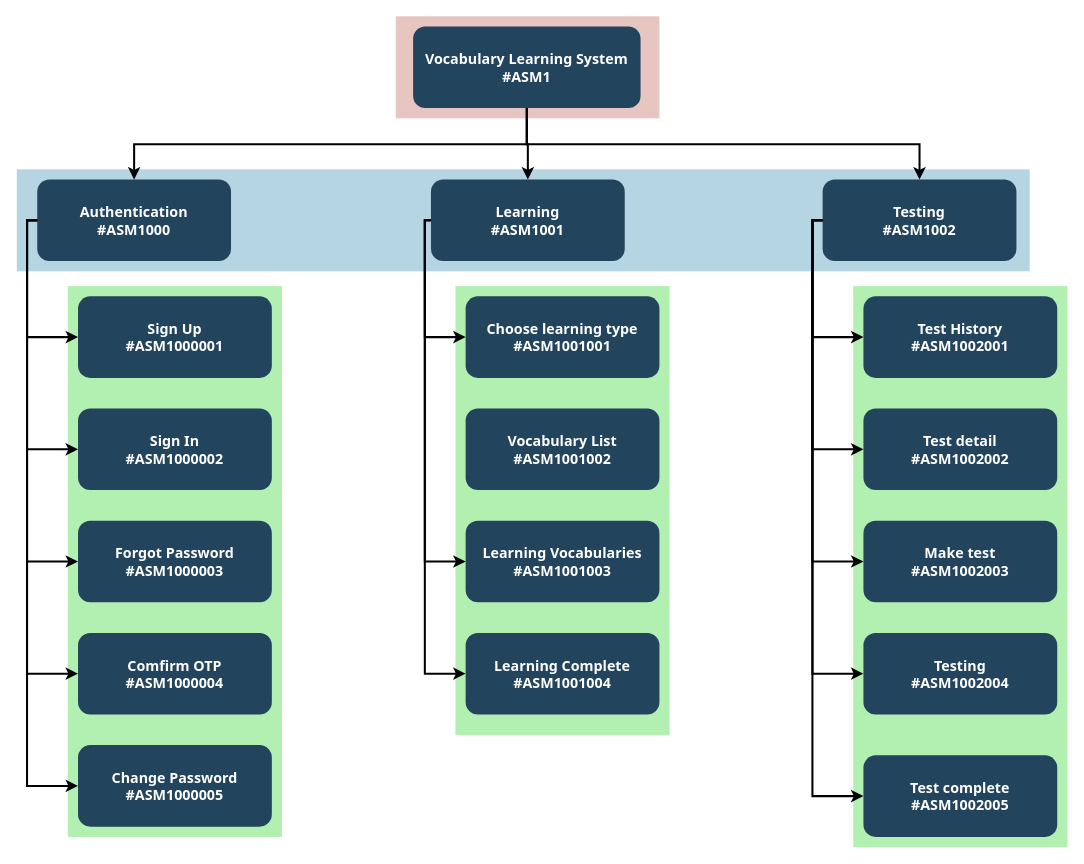
Before: HCI/Assignement1/SiteMap/SiteMap.drawio in nghipq/Group5, a draw.io diagram. Source tidied: cells renumbered, new cells numbered last; positions are measured from the earlier drawing's top-left corner, leaving out a move shared by most shapes. Both pictures are drawn from the tidied source at 102%, with x=0, y=0 at pixel (-65, 16).
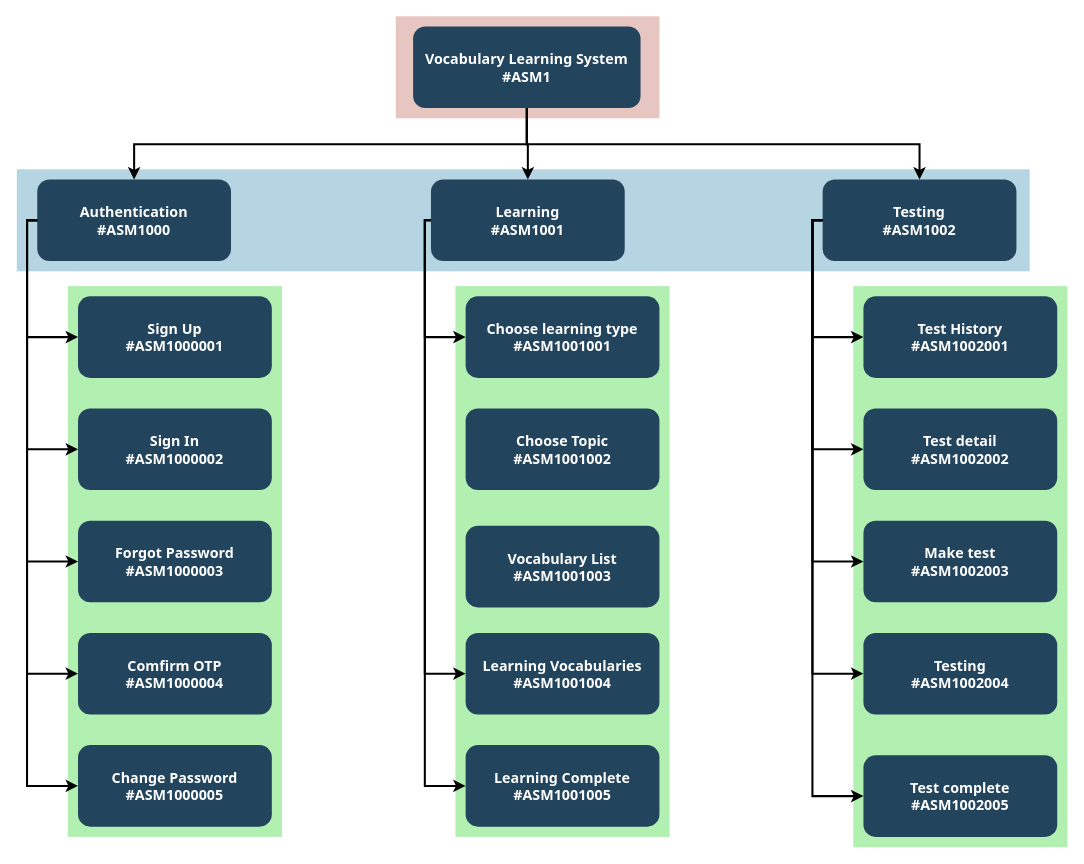
The same page after the edit.

The edit, as a diff of the source:
```diff
@@
     <mxCell id="3" style="strokeColor=none;opacity=30;fillColor=#00CC00;" parent="1" vertex="1">
-      <mxGeometry x="510" y="264" width="210" height="440" as="geometry" />
+      <mxGeometry x="510" y="264" width="210" height="540" as="geometry" />
     </mxCell>
@@
-    <mxCell id="26" value="Learning Vocabularies&#10;#ASM1001003" style="rounded=1;fillColor=#23445D;gradientColor=none;strokeColor=none;fontColor=#FFFFFF;fontStyle=1;fontFamily=Tahoma;fontSize=14;" parent="1" vertex="1">
-      <mxGeometry x="520" y="494" width="190" height="80" as="geometry" />
+    <mxCell id="26" value="Learning Vocabularies&#10;#ASM1001004" style="rounded=1;fillColor=#23445D;gradientColor=none;strokeColor=none;fontColor=#FFFFFF;fontStyle=1;fontFamily=Tahoma;fontSize=14;" parent="1" vertex="1">
+      <mxGeometry x="520" y="604" width="190" height="80" as="geometry" />
     </mxCell>
@@
-    <mxCell id="28" value="Learning Complete&#10;#ASM1001004" style="rounded=1;fillColor=#23445D;gradientColor=none;strokeColor=none;fontColor=#FFFFFF;fontStyle=1;fontFamily=Tahoma;fontSize=14;" parent="1" vertex="1">
-      <mxGeometry x="520" y="604" width="190" height="80" as="geometry" />
+    <mxCell id="28" value="Learning Complete&#10;#ASM1001005" style="rounded=1;fillColor=#23445D;gradientColor=none;strokeColor=none;fontColor=#FFFFFF;fontStyle=1;fontFamily=Tahoma;fontSize=14;" parent="1" vertex="1">
+      <mxGeometry x="520" y="714" width="190" height="80" as="geometry" />
     </mxCell>
@@
-    <mxCell id="40" value="Vocabulary List&#10;#ASM1001002" style="rounded=1;fillColor=#23445D;gradientColor=none;strokeColor=none;fontColor=#FFFFFF;fontStyle=1;fontFamily=Tahoma;fontSize=14;" parent="1" vertex="1">
-      <mxGeometry x="520" y="384" width="190" height="80" as="geometry" />
+    <mxCell id="40" value="Vocabulary List&#10;#ASM1001003" style="rounded=1;fillColor=#23445D;gradientColor=none;strokeColor=none;fontColor=#FFFFFF;fontStyle=1;fontFamily=Tahoma;fontSize=14;" parent="1" vertex="1">
+      <mxGeometry x="520" y="499" width="190" height="80" as="geometry" />
     </mxCell>
+    <mxCell id="41" value="Choose Topic&#10;#ASM1001002" style="rounded=1;fillColor=#23445D;gradientColor=none;strokeColor=none;fontColor=#FFFFFF;fontStyle=1;fontFamily=Tahoma;fontSize=14;" parent="1" vertex="1">
+      <mxGeometry x="520" y="384" width="190" height="80" as="geometry" />
+    </mxCell>
```
